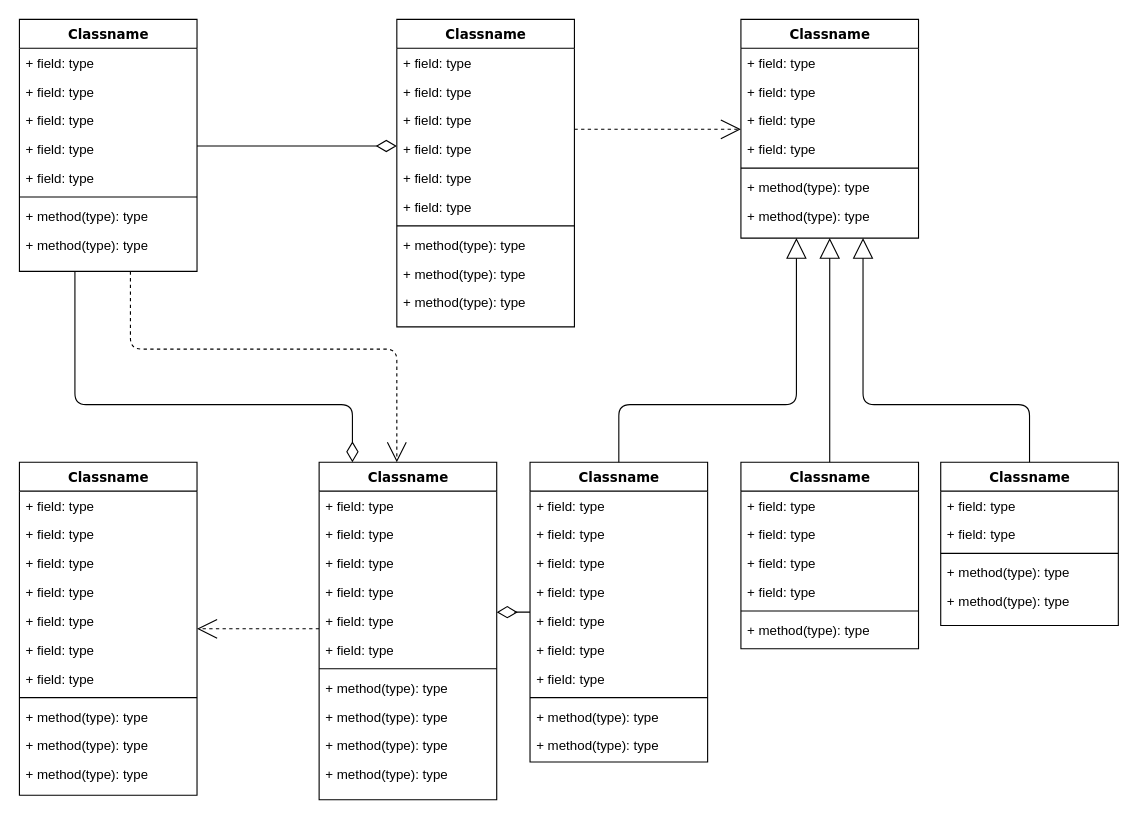
Above: src/Biểu đồ không có tiêu đề.drawio in yeulinhtam/tasks-api (draw.io), before the change. Source tidied: cells renumbered, new cells numbered last; positions are measured from the earlier drawing's top-left corner, leaving out a move shared by most shapes. Both pictures are drawn from the tidied source at 111%, with x=0, y=0 at pixel (19, 19).
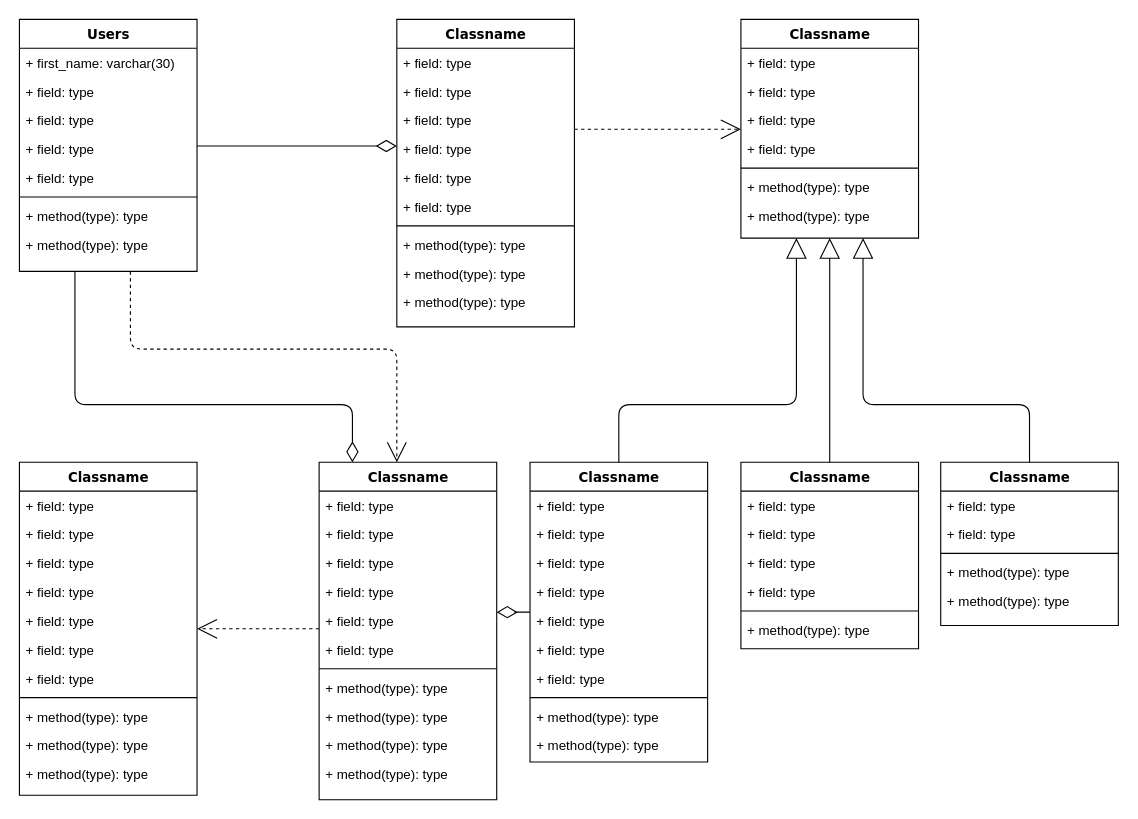
After the change.

What changed in the source:
```diff
@@
-    <mxCell id="4" value="Classname" style="swimlane;html=1;fontStyle=1;align=center;verticalAlign=top;horizontal=1;startSize=26;swimlaneFillColor=#ffffff;rounded=0;shadow=0;comic=0;labelBackgroundColor=none;strokeWidth=1;fillColor=none;fontFamily=Verdana;fontSize=12;" parent="1" vertex="1">
+    <mxCell id="4" value="Users" style="swimlane;html=1;fontStyle=1;align=center;verticalAlign=top;horizontal=1;startSize=26;swimlaneFillColor=#ffffff;rounded=0;shadow=0;comic=0;labelBackgroundColor=none;strokeWidth=1;fillColor=none;fontFamily=Verdana;fontSize=12;" parent="1" vertex="1">
       <mxGeometry width="160" height="227" as="geometry" />
     </mxCell>
-    <mxCell id="5" value="+ field: type" style="text;html=1;strokeColor=none;fillColor=none;align=left;verticalAlign=top;spacingLeft=4;spacingRight=4;whiteSpace=wrap;overflow=hidden;" parent="4" vertex="1">
+    <mxCell id="5" value="+ first_name: varchar(30)&lt;br&gt;" style="text;html=1;strokeColor=none;fillColor=none;align=left;verticalAlign=top;spacingLeft=4;spacingRight=4;whiteSpace=wrap;overflow=hidden;" parent="4" vertex="1">
       <mxGeometry y="26" width="160" height="26" as="geometry" />
     </mxCell>
```
